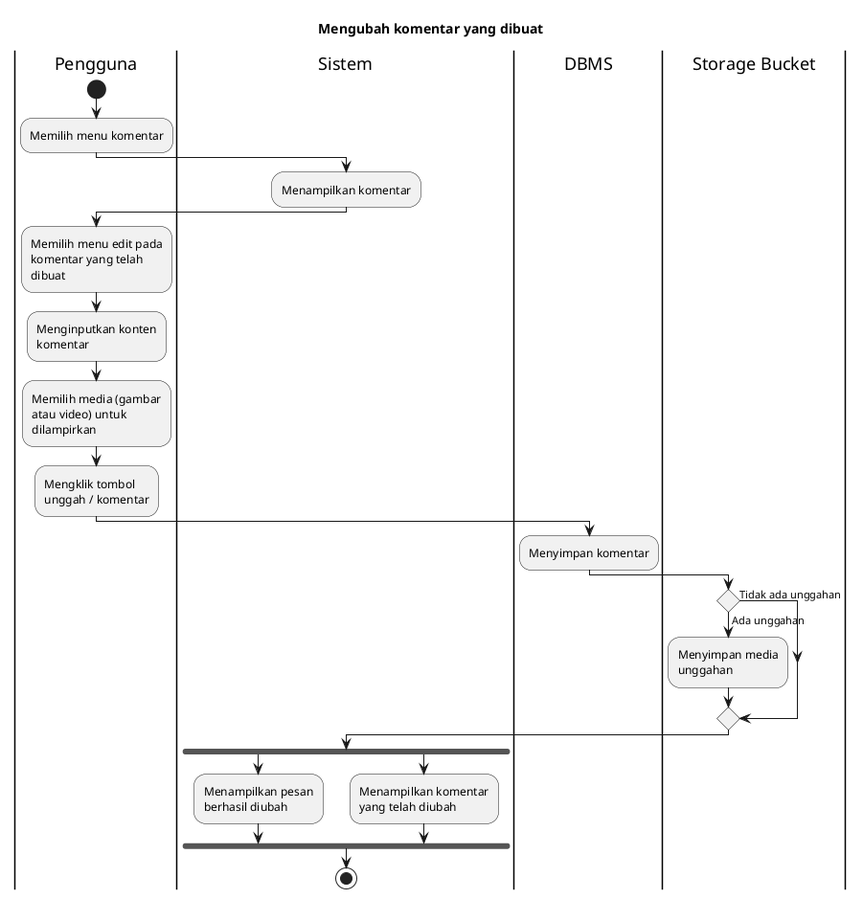
The PlantUML diagram export/Activity Diagrams/UC-MAP - Peta Bencana/UC-MAP-013 - Mengubah komentar yang dibuat.png in bagusNA/appl-diagrams, before a commit.
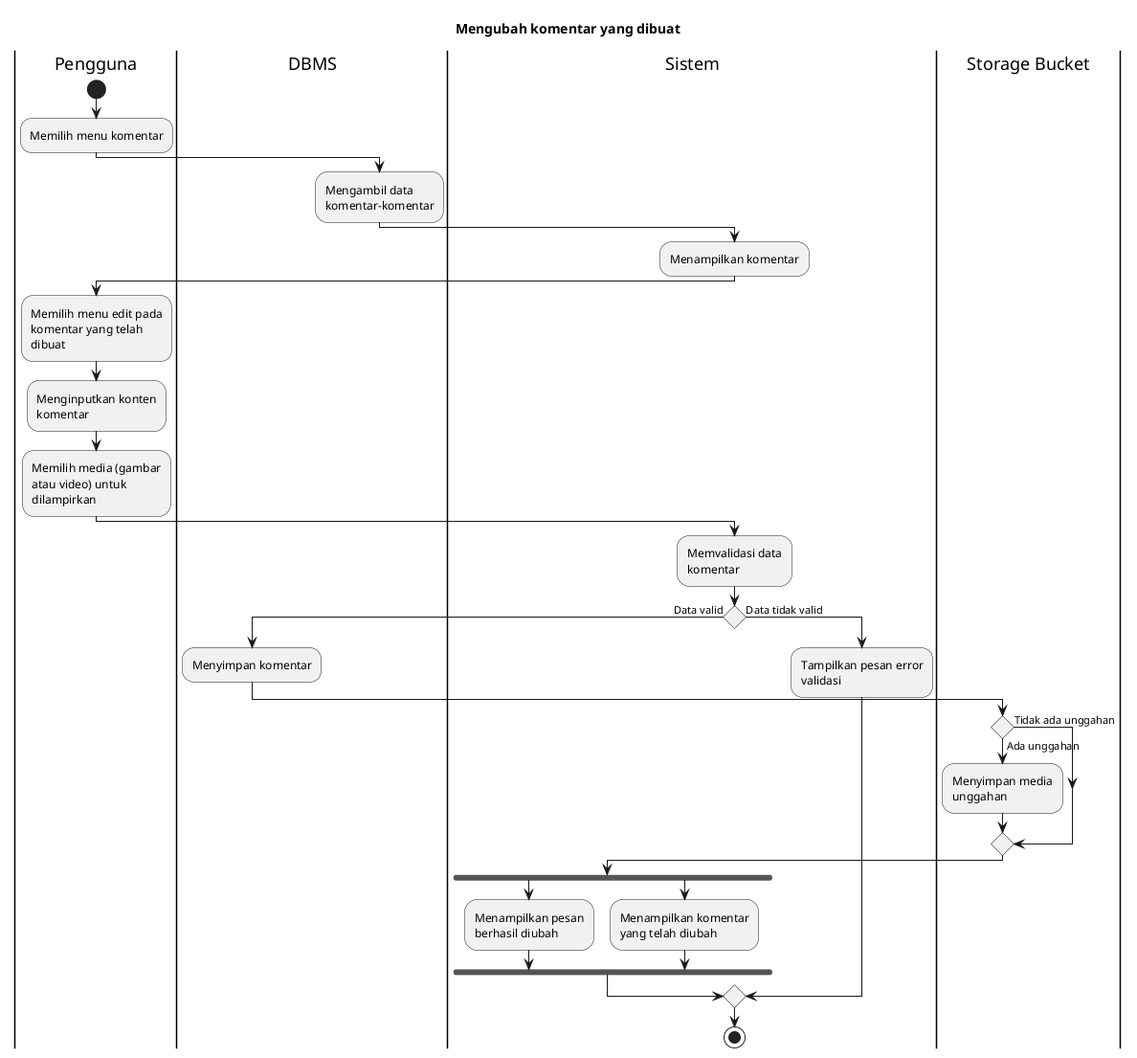
After the commit.

What changed in the source:
```diff
@@ -7,6 +7,9 @@
 start
 :Memilih menu komentar;
 
+|DBMS|
+:Mengambil data komentar-komentar;
+
 |Sistem|
 :Menampilkan komentar;
 
@@ -14,23 +17,30 @@
 :Memilih menu edit pada komentar yang telah dibuat;
 :Menginputkan konten komentar;
 :Memilih media (gambar atau video) untuk dilampirkan;
-:Mengklik tombol unggah / komentar;
-
-|DBMS|
-:Menyimpan komentar;
-
-|Storage Bucket|
-if () then (Tidak ada unggahan)
-else (Ada unggahan)
-:Menyimpan media unggahan;
-endif
 
 |Sistem|
-fork
-  :Menampilkan pesan berhasil diubah;
-fork again
-  :Menampilkan komentar yang telah diubah;
-endfork
+:Memvalidasi data komentar;
+
+if () then (Data valid)
+  |DBMS|
+  :Menyimpan komentar;
+
+  |Storage Bucket|
+  if () then (Tidak ada unggahan)
+  else (Ada unggahan)
+  :Menyimpan media unggahan;
+  endif
+
+  |Sistem|
+  fork
+    :Menampilkan pesan berhasil diubah;
+  fork again
+    :Menampilkan komentar yang telah diubah;
+  endfork
+else (Data tidak valid)
+  |Sistem|
+  :Tampilkan pesan error validasi;
+endif
 
 stop
 @enduml
```
